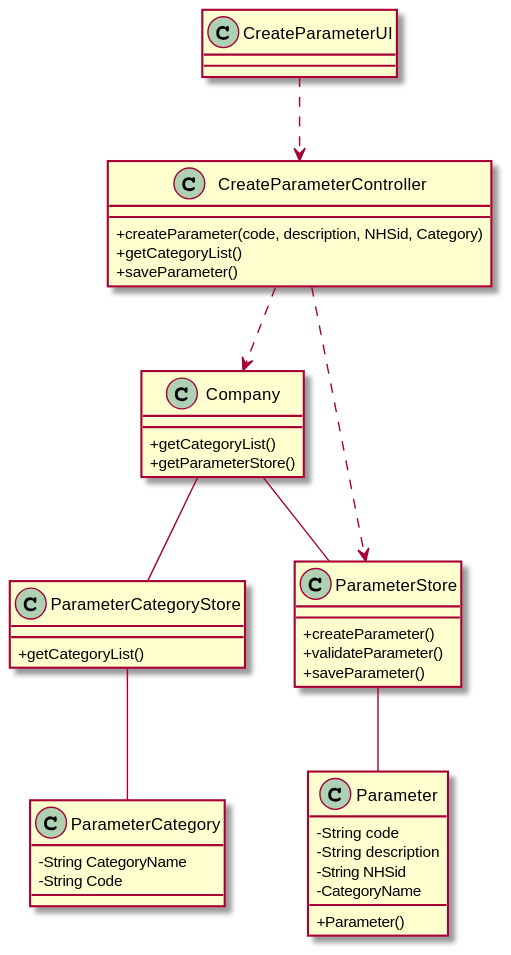
MarianaCLages/LAPR2 keeps this PlantUML diagram as docs/SprintB/US10/US10_CD.svg. Above is the earlier version.
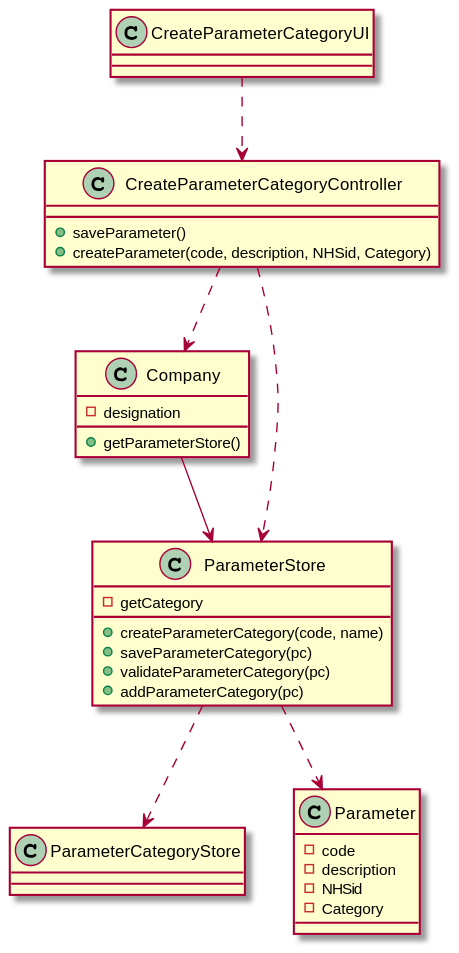
After the change.

The edit, as a diff of the source:
```diff
@@ -1,55 +1,46 @@
 @startuml
-skinparam classAttributeIconSize 0
 
+class CreateParameterCategoryUI{
+}
 
-class ParameterCategory {
-  -String CategoryName
-  -String Code
+class CreateParameterCategoryController{
++saveParameter()
++createParameter(code, description, NHSid, Category)
+}
+
+class Company{
+-designation
++getParameterStore()
 }
 
 
-class Company{
-+getCategoryList()
-+getParameterStore()
-}
-
-class CreateParameterController {
-+createParameter(code, description, NHSid, Category)
-+getCategoryList()
-+saveParameter()
-}
-
-class CreateParameterUI{
+class ParameterStore{
++createParameterCategory(code, name)
++saveParameterCategory(pc)
++validateParameterCategory(pc)
++addParameterCategory(pc)
+-getCategory
 }
 
 class ParameterCategoryStore{
-+getCategoryList()
 }
 
-class ParameterStore{
-+createParameter()
-+validateParameter()
-+saveParameter()
+class Parameter{
+-code
+-description
+-NHSid
+-Category
 }
-class Parameter{
--String code
--String description
--String NHSid
--CategoryName
-+Parameter()
-}
+ParameterStore ..> ParameterCategoryStore
+Company --> ParameterStore
+CreateParameterCategoryUI ..> CreateParameterCategoryController
+CreateParameterCategoryController ..> Company
+CreateParameterCategoryController ..> ParameterStore
+ParameterStore ..> Parameter
 
-CreateParameterUI ..> CreateParameterController
 
-CreateParameterController ..> Company
-CreateParameterController ..> ParameterStore
 
-Company -- ParameterCategoryStore
-Company -- ParameterStore
 
-ParameterStore -- Parameter
-
-ParameterCategoryStore -- ParameterCategory
 
 
 
```
